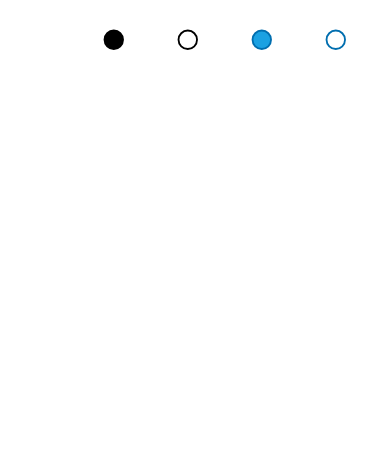
This is steg示意图.drawio from Zhou-AY/hello-world, a draw.io file, before an edit. Source tidied: cells renumbered, new cells numbered last; positions are measured from the earlier drawing's top-left corner, leaving out a move shared by most shapes. Both pictures are drawn from the tidied source at 185%, with x=0, y=0 at pixel (104, 30).
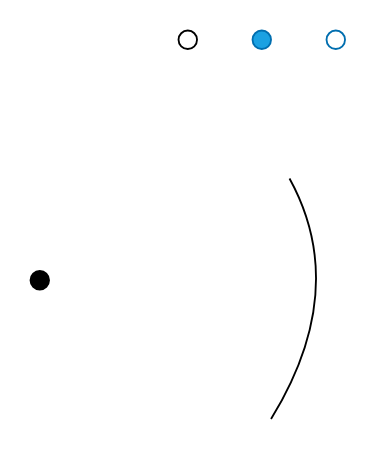
Above is the later version.

Commit message (it also covers changes not shown here):
更新steg示意图.drawio

The edit, as a diff of the source:
```diff
@@
 <mxGraphModel>
   <root>
     <mxCell id="0" />
     <mxCell id="1" parent="0" />
     <mxCell id="2" style="ellipse;whiteSpace=wrap;html=1;fillColor=#000000;" parent="1" vertex="1">
-      <mxGeometry width="10" height="10" as="geometry" />
+      <mxGeometry x="-40" y="130" width="10" height="10" as="geometry" />
     </mxCell>
     <mxCell id="3" style="ellipse;whiteSpace=wrap;html=1;fillColor=none;" parent="1" vertex="1">
       <mxGeometry x="40" width="10" height="10" as="geometry" />
     </mxCell>
     <mxCell id="4" style="ellipse;whiteSpace=wrap;html=1;fillColor=#1ba1e2;fontColor=#ffffff;strokeColor=#006EAF;" parent="1" vertex="1">
       <mxGeometry x="80" width="10" height="10" as="geometry" />
     </mxCell>
     <mxCell id="5" style="ellipse;whiteSpace=wrap;html=1;fillColor=none;fontColor=#ffffff;strokeColor=#006EAF;" parent="1" vertex="1">
       <mxGeometry x="120" width="10" height="10" as="geometry" />
     </mxCell>
+    <mxCell id="6" style="curved=1;endArrow=none;html=1;rounded=0;endFill=0;" parent="1" edge="1">
+      <mxGeometry relative="1" as="geometry">
+        <mxPoint x="90" y="210" as="sourcePoint" />
+        <mxPoint x="100" y="80" as="targetPoint" />
+        <Array as="points">
+          <mxPoint x="133" y="140" />
+        </Array>
+      </mxGeometry>
+    </mxCell>
   </root>
 </mxGraphModel>
```
